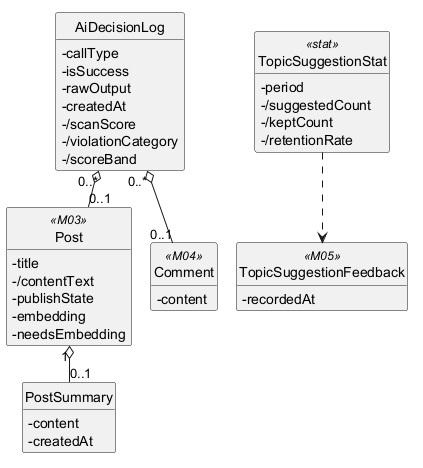
Above: .agents/.claude/system_analysis/output/data-model/ec/diagrams/EC-M13.png in ducsiukap/iShare (PlantUML), before the change.
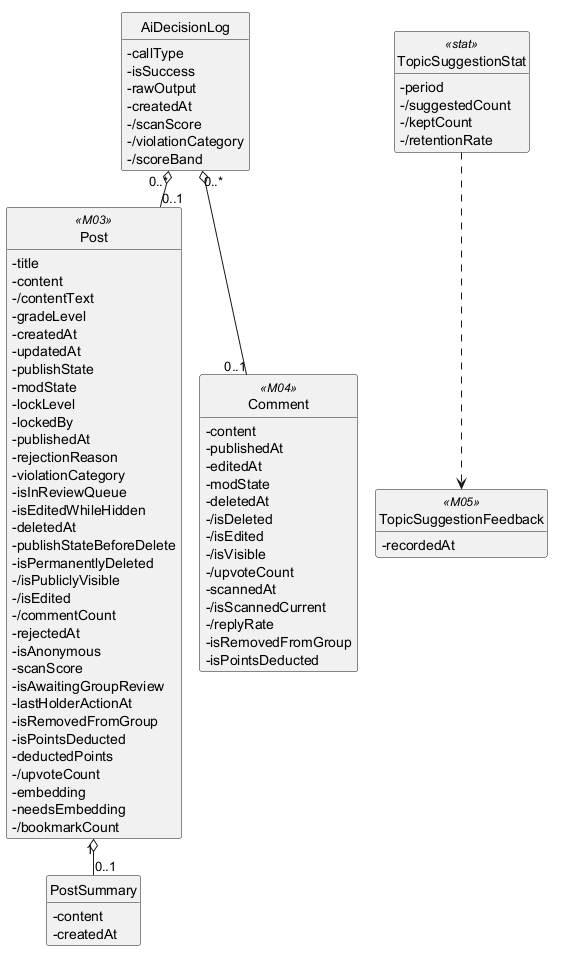
After the commit.

The edit, as a diff of the source:
```diff
@@ -25,13 +25,54 @@
 }
 class Post <<M03>> {
   -title
+  -content
   -/contentText
+  -gradeLevel
+  -createdAt
+  -updatedAt
   -publishState
+  -modState
+  -lockLevel
+  -lockedBy
+  -publishedAt
+  -rejectionReason
+  -violationCategory
+  -isInReviewQueue
+  -isEditedWhileHidden
+  -deletedAt
+  -publishStateBeforeDelete
+  -isPermanentlyDeleted
+  -/isPubliclyVisible
+  -/isEdited
+  -/commentCount
+  -rejectedAt
+  -isAnonymous
+  -scanScore
+  -isAwaitingGroupReview
+  -lastHolderActionAt
+  -isRemovedFromGroup
+  -isPointsDeducted
+  -deductedPoints
+  -/upvoteCount
   -embedding
   -needsEmbedding
+  -/bookmarkCount
 }
 class Comment <<M04>> {
   -content
+  -publishedAt
+  -editedAt
+  -modState
+  -deletedAt
+  -/isDeleted
+  -/isEdited
+  -/isVisible
+  -/upvoteCount
+  -scannedAt
+  -/isScannedCurrent
+  -/replyRate
+  -isRemovedFromGroup
+  -isPointsDeducted
 }
 class TopicSuggestionFeedback <<M05>> {
   -recordedAt
```
